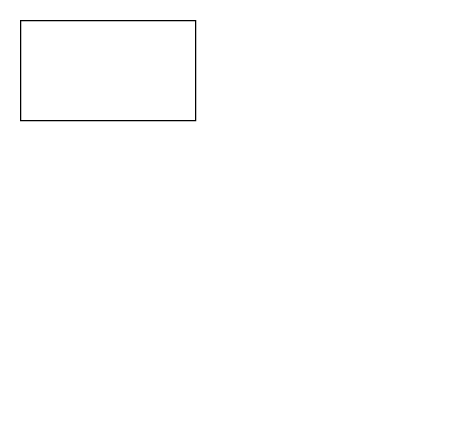
The draw.io diagram Untitled Diagram.drawio in eddieyugo/jquery.linkit, before the edit. Source tidied: cells renumbered, new cells numbered last; positions are measured from the earlier drawing's top-left corner, leaving out a move shared by most shapes. Both pictures are drawn from the tidied source at 125%, with x=0, y=0 at pixel (20, 20).
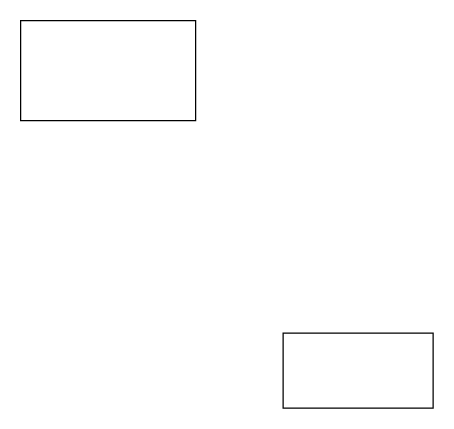
Above is the later version.

What changed in the source:
```diff
@@
 <mxGraphModel>
   <root>
     <mxCell id="0" />
     <mxCell id="1" parent="0" />
     <mxCell id="2" style="rounded=0;whiteSpace=wrap;html=1;" parent="1" vertex="1">
       <mxGeometry width="140" height="80" as="geometry" />
     </mxCell>
+    <mxCell id="3" style="rounded=0;whiteSpace=wrap;html=1;" parent="1" vertex="1">
+      <mxGeometry x="210" y="250" width="120" height="60" as="geometry" />
+    </mxCell>
   </root>
 </mxGraphModel>
```
